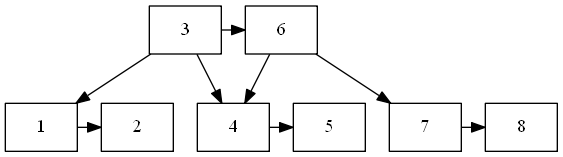
Before: report/BTree.png, a diagram exported from Graphviz (oscarc99/EDD_DIC_2019_PY2_201709140-). Its source is kept beside it as report/BTree.dot. Source of this version:
```dot
 digraph G{
 node [shape=record];
1[label="1"]
1 -> 2
2[label="2"]
{ rank=same;1;2;}
3[label="3"]
3 -> 1
3 -> 4
3 -> 6
4[label="4"]
4 -> 5
5[label="5"]
{ rank=same;4;5;}
6[label="6"]
6 -> 4
6 -> 7
7[label="7"]
7 -> 8
8[label="8"]
{ rank=same;7;8;}
{ rank=same;3;6;}

}
```
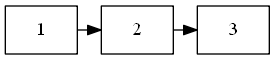
Above is the later version.

What changed in the source:
```diff
@@ -3,22 +3,8 @@
 1[label="1"]
 1 -> 2
 2[label="2"]
-{ rank=same;1;2;}
+2 -> 3
 3[label="3"]
-3 -> 1
-3 -> 4
-3 -> 6
-4[label="4"]
-4 -> 5
-5[label="5"]
-{ rank=same;4;5;}
-6[label="6"]
-6 -> 4
-6 -> 7
-7[label="7"]
-7 -> 8
-8[label="8"]
-{ rank=same;7;8;}
-{ rank=same;3;6;}
+{ rank=same;1;2;3;}
 
 }
```
